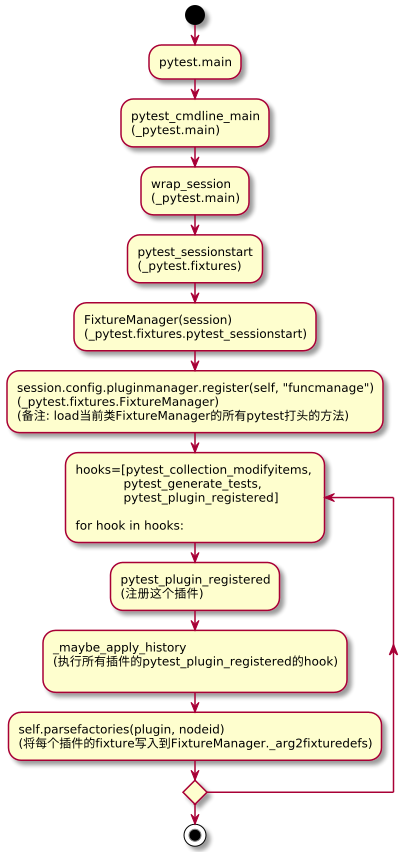
Earlier version of the PlantUML export tester/pytest/docs/load_fixture_workflow.png (zhengtong0898/notebook). Its source is kept beside it as tester/pytest/docs/load_fixture_workflow.plantuml. The source it was exported from:
```plantuml
@startuml

start

:pytest.main;
:pytest_cmdline_main\n(_pytest.main);
:wrap_session\n(_pytest.main);
:pytest_sessionstart\n(_pytest.fixtures);
:FixtureManager(session)\n(_pytest.fixtures.pytest_sessionstart);
:session.config.pluginmanager.register(self, "funcmanage")\n(_pytest.fixtures.FixtureManager)\n(备注: load当前类FixtureManager的所有pytest打头的方法);
repeat :hooks=[pytest_collection_modifyitems, \n            pytest_generate_tests, \n            pytest_plugin_registered]\n\nfor hook in hooks:;
    :pytest_plugin_registered\n(注册这个插件);
    :_maybe_apply_history\n(执行所有插件的pytest_plugin_registered的hook)\n;
    :self.parsefactories(plugin, nodeid)\n(将每个插件的fixture写入到FixtureManager._arg2fixturedefs);
repeat while ();

stop

@enduml
```
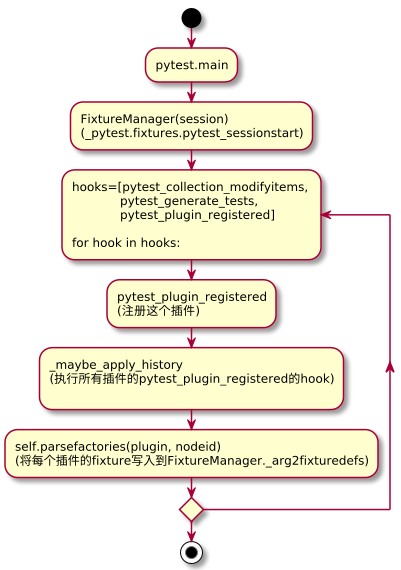
Later version of the same file.

Commit message:
pytest: 增加<fixture的作用域(scope)工作流程图>

What changed in the source:
```diff
@@ -3,11 +3,7 @@
 start
 
 :pytest.main;
-:pytest_cmdline_main\n(_pytest.main);
-:wrap_session\n(_pytest.main);
-:pytest_sessionstart\n(_pytest.fixtures);
 :FixtureManager(session)\n(_pytest.fixtures.pytest_sessionstart);
-:session.config.pluginmanager.register(self, "funcmanage")\n(_pytest.fixtures.FixtureManager)\n(备注: load当前类FixtureManager的所有pytest打头的方法);
 repeat :hooks=[pytest_collection_modifyitems, \n            pytest_generate_tests, \n            pytest_plugin_registered]\n\nfor hook in hooks:;
     :pytest_plugin_registered\n(注册这个插件);
     :_maybe_apply_history\n(执行所有插件的pytest_plugin_registered的hook)\n;
```
